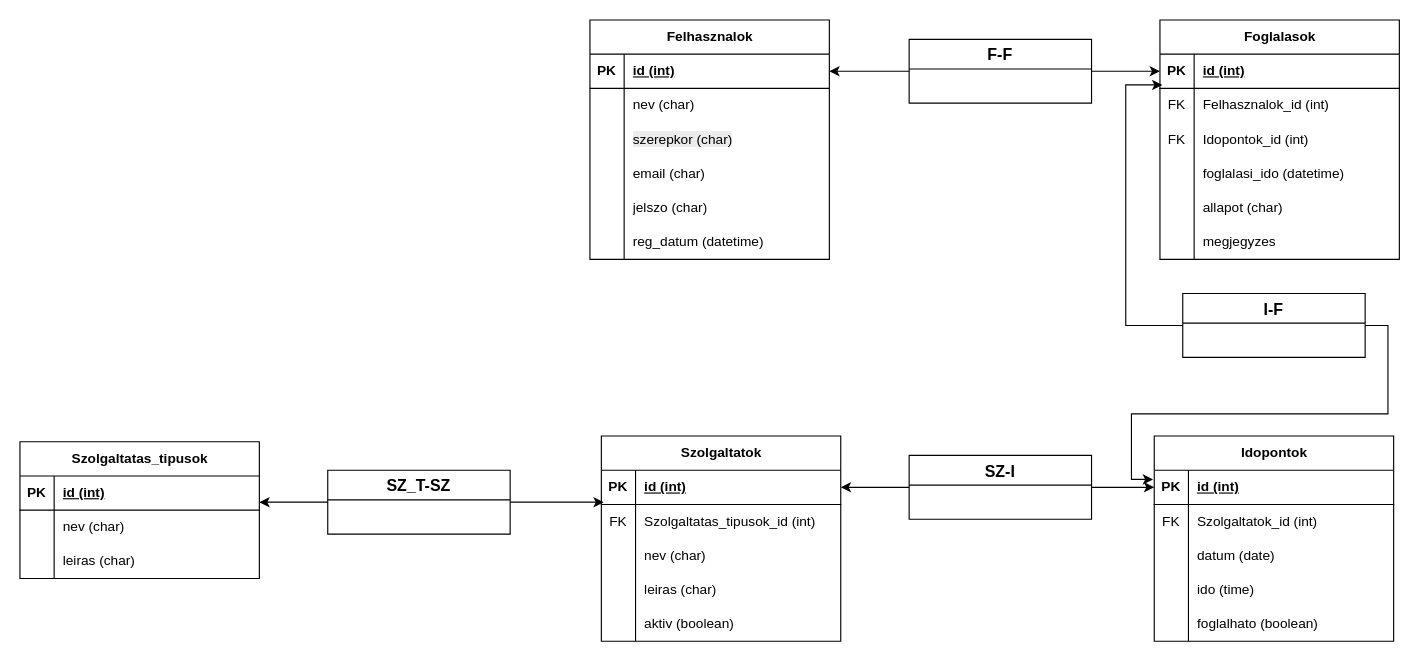
This is Tervezési szakasz/RM modell.drawio from oroszkristof/EYZWG9-SZAKMAI-GYAKORLAT-I, a draw.io file, before an edit. Source tidied: cells renumbered, new cells numbered last; positions are measured from the earlier drawing's top-left corner, leaving out a move shared by most shapes. Both pictures are drawn from the tidied source at 114%, with x=0, y=0 at pixel (19, 19).
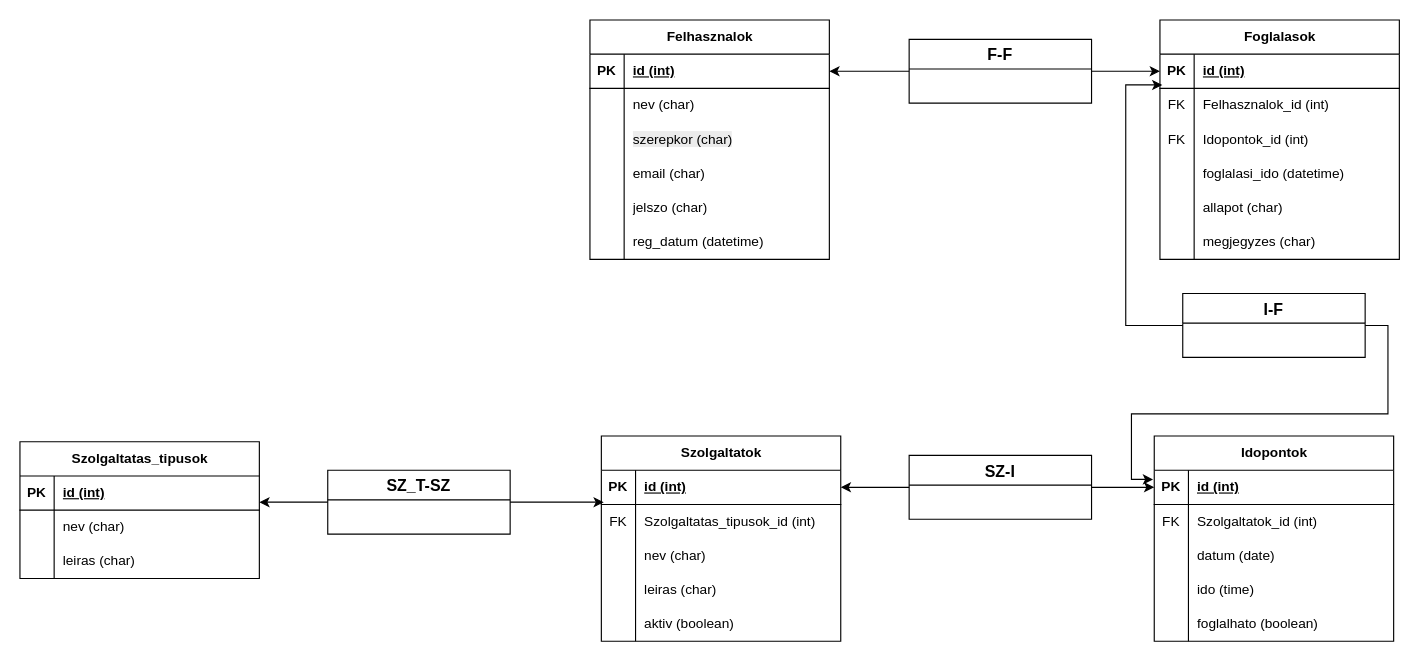
The same page after the edit.

Commit message (it also covers changes not shown here):
Tervezési szakasz_0529

The change refers to these unchanged cells:
```xml
<mxCell id="79" style="shape=tableRow;horizontal=0;startSize=0;swimlaneHead=0;swimlaneBody=0;fillColor=none;top=0;left=0;right=0;bottom=0;" parent="63" vertex="1">
  <mxGeometry y="180" width="210" height="30" as="geometry" />
</mxCell>
```

The edit, as a diff of the source:
```diff
@@
-    <mxCell id="81" value="megjegyzes" style="shape=partialRectangle;fillColor=none;top=0;left=0;bottom=0;right=0;align=left;spacingLeft=6;overflow=hidden;whiteSpace=wrap;html=1;" parent="79" vertex="1">
+    <mxCell id="81" value="megjegyzes (char)" style="shape=partialRectangle;fillColor=none;top=0;left=0;bottom=0;right=0;align=left;spacingLeft=6;overflow=hidden;whiteSpace=wrap;html=1;" parent="79" vertex="1">
       <mxGeometry x="30" width="180" height="30" as="geometry" />
     </mxCell>
```
